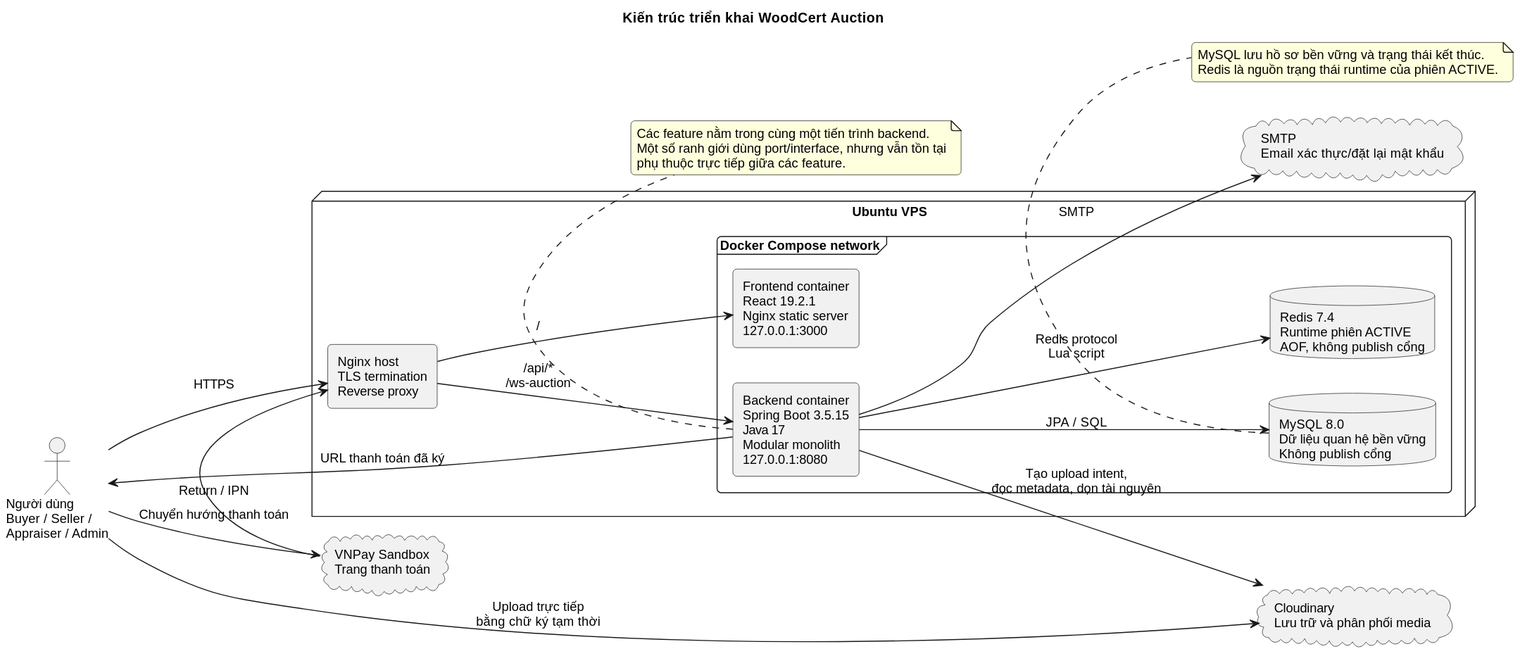
This is thesis/figures/chapter-3/system_architecture.svg from duynguyen312004/woodcert-auction, a PlantUML export, as it was before one commit. Source of this version:
```plantuml
@startuml
title Kiến trúc triển khai WoodCert Auction
left to right direction

skinparam shadowing false
skinparam roundcorner 8
skinparam componentStyle rectangle
skinparam defaultFontName Arial
skinparam defaultFontSize 13
skinparam backgroundColor White

actor "Người dùng\nBuyer / Seller /\nAppraiser / Admin" as User

node "Ubuntu VPS" as VPS {
  component "Nginx host\nTLS termination\nReverse proxy" as HostNginx

  frame "Docker Compose network" {
    component "Frontend container\nReact 19.2.1\nNginx static server\n127.0.0.1:3000" as Frontend
    component "Backend container\nSpring Boot 3.5.15\nJava 17\nModular monolith\n127.0.0.1:8080" as Backend
    database "MySQL 8.0\nDữ liệu quan hệ bền vững\nKhông publish cổng" as MySQL
    database "Redis 7.4\nRuntime phiên ACTIVE\nAOF, không publish cổng" as Redis
  }
}

cloud "Cloudinary\nLưu trữ và phân phối media" as Cloudinary
cloud "VNPay Sandbox\nTrang thanh toán" as VNPay
cloud "SMTP\nEmail xác thực/đặt lại mật khẩu" as SMTP

User --> HostNginx : HTTPS
HostNginx --> Frontend : /
HostNginx --> Backend : /api/*\n/ws-auction
Backend --> MySQL : JPA / SQL
Backend --> Redis : Redis protocol\nLua script
Backend --> Cloudinary : Tạo upload intent,\nđọc metadata, dọn tài nguyên
User --> Cloudinary : Upload trực tiếp\nbằng chữ ký tạm thời
Backend --> SMTP : SMTP

Backend --> User : URL thanh toán đã ký
User --> VNPay : Chuyển hướng thanh toán
VNPay --> HostNginx : Return / IPN

note bottom of Backend
  Các feature nằm trong cùng một tiến trình backend.
  Một số ranh giới dùng port/interface, nhưng vẫn tồn tại
  phụ thuộc trực tiếp giữa các feature.
end note

note bottom of MySQL
  MySQL lưu hồ sơ bền vững và trạng thái kết thúc.
  Redis là nguồn trạng thái runtime của phiên ACTIVE.
end note
@enduml
```
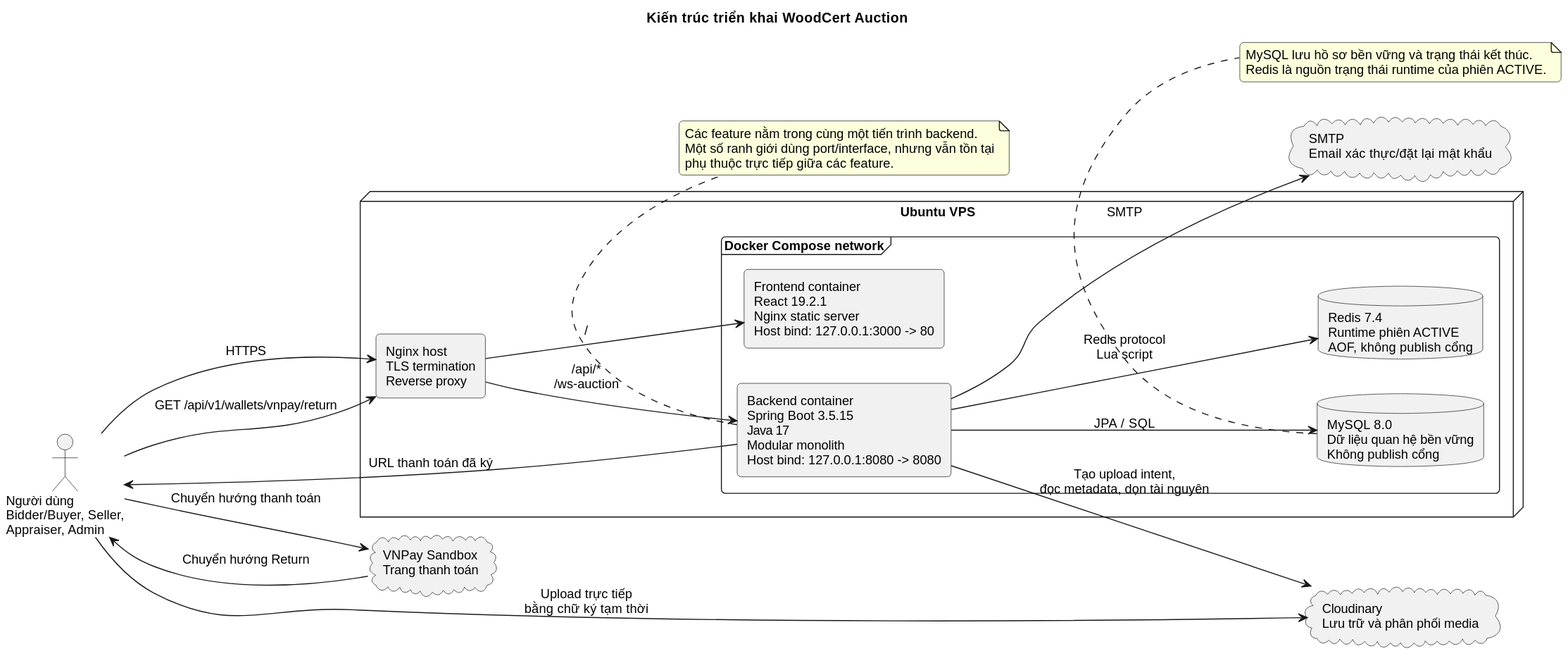
The same diagram one commit later.

Change to the diagram source:
```diff
@@ -9,14 +9,14 @@
 skinparam defaultFontSize 13
 skinparam backgroundColor White
 
-actor "Người dùng\nBuyer / Seller /\nAppraiser / Admin" as User
+actor "Người dùng\nBidder/Buyer, Seller,\nAppraiser, Admin" as User
 
 node "Ubuntu VPS" as VPS {
   component "Nginx host\nTLS termination\nReverse proxy" as HostNginx
 
   frame "Docker Compose network" {
-    component "Frontend container\nReact 19.2.1\nNginx static server\n127.0.0.1:3000" as Frontend
-    component "Backend container\nSpring Boot 3.5.15\nJava 17\nModular monolith\n127.0.0.1:8080" as Backend
+    component "Frontend container\nReact 19.2.1\nNginx static server\nHost bind: 127.0.0.1:3000 -> 80" as Frontend
+    component "Backend container\nSpring Boot 3.5.15\nJava 17\nModular monolith\nHost bind: 127.0.0.1:8080 -> 8080" as Backend
     database "MySQL 8.0\nDữ liệu quan hệ bền vững\nKhông publish cổng" as MySQL
     database "Redis 7.4\nRuntime phiên ACTIVE\nAOF, không publish cổng" as Redis
   }
@@ -37,7 +37,8 @@
 
 Backend --> User : URL thanh toán đã ký
 User --> VNPay : Chuyển hướng thanh toán
-VNPay --> HostNginx : Return / IPN
+VNPay --> User : Chuyển hướng Return
+User --> HostNginx : GET /api/v1/wallets/vnpay/return
 
 note bottom of Backend
   Các feature nằm trong cùng một tiến trình backend.
```
